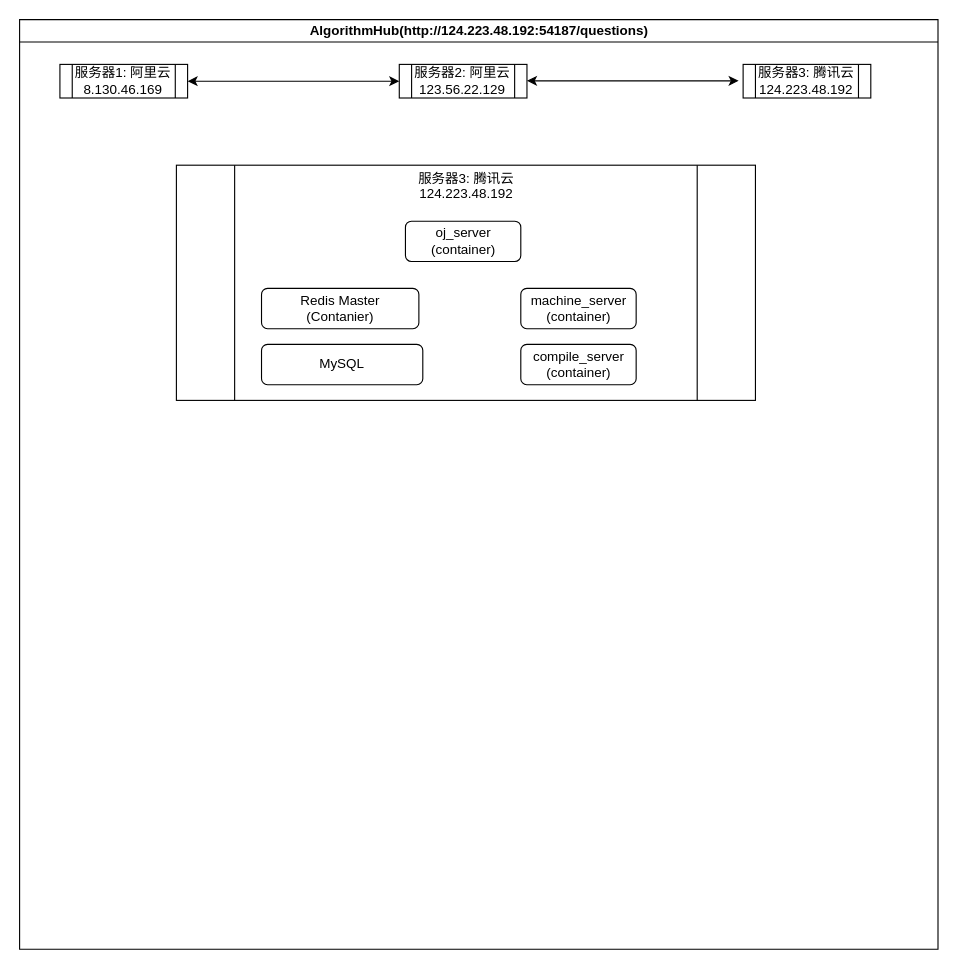
This is 未命名绘图.drawio from chhelloworld/DrawRepository, a draw.io file, before an edit. Source tidied: cells renumbered, new cells numbered last; positions are measured from the earlier drawing's top-left corner, leaving out a move shared by most shapes. Both pictures are drawn from the tidied source at 112%, with x=0, y=0 at pixel (19, 19).
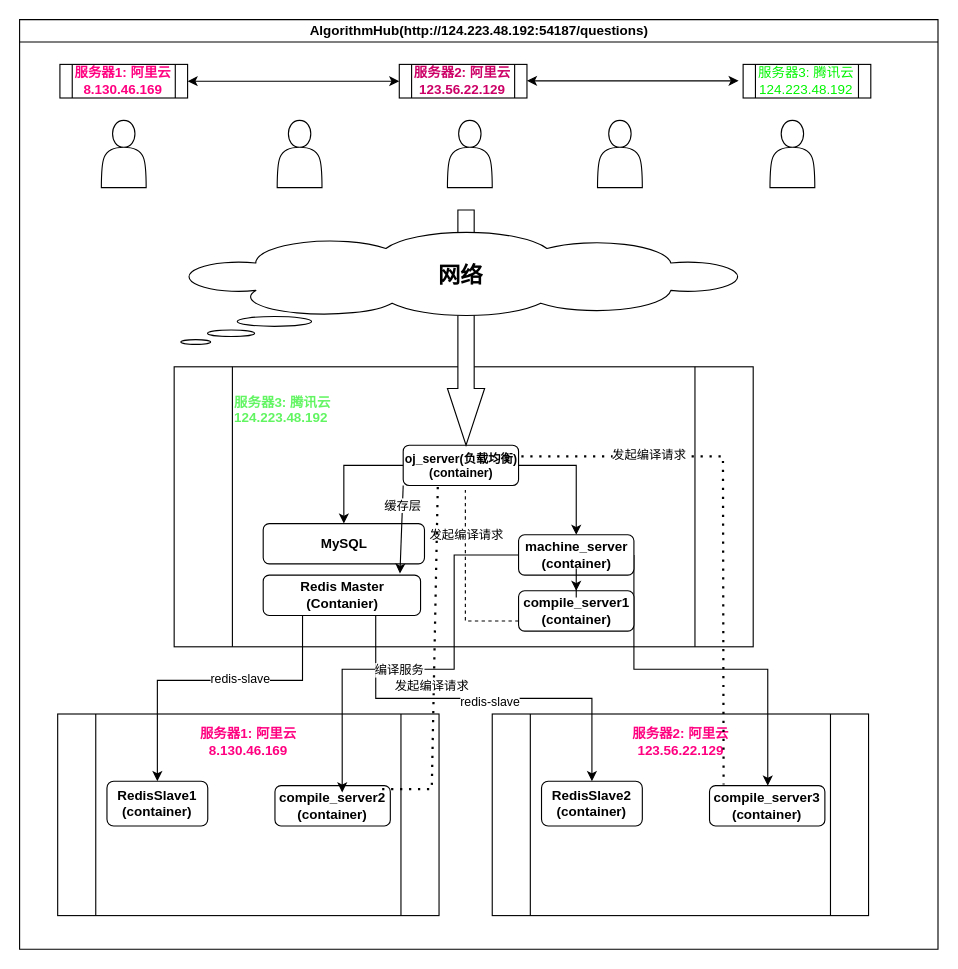
Above is the later version.

Commit message (it also covers changes not shown here):
更新未命名绘图.drawio

The change refers to these unchanged cells:
```xml
<mxCell id="2" value="AlgorithmHub(http://124.223.48.192:54187/questions)" style="swimlane;html=1;startSize=20;horizontal=1;containerType=tree;glass=0;" parent="1" vertex="1">
  <mxGeometry width="820" height="830" as="geometry" />
</mxCell>
```

Change to the diagram source:
```diff
@@
+    <mxCell id="14" value="&lt;div style=&quot;&quot;&gt;&lt;b style=&quot;color: rgb(255, 0, 128); background-color: initial;&quot;&gt;服务器2: 阿里云&lt;/b&gt;&lt;/div&gt;&lt;div&gt;&lt;div style=&quot;&quot;&gt;&lt;b style=&quot;color: rgb(255, 0, 128); background-color: initial;&quot;&gt;123.56.22.129&lt;/b&gt;&lt;/div&gt;&lt;div style=&quot;&quot;&gt;&lt;font color=&quot;#ff0080&quot;&gt;&lt;b&gt;&lt;br&gt;&lt;/b&gt;&lt;/font&gt;&lt;/div&gt;&lt;div style=&quot;&quot;&gt;&lt;font color=&quot;#ff0080&quot;&gt;&lt;b&gt;&lt;br&gt;&lt;/b&gt;&lt;/font&gt;&lt;/div&gt;&lt;div style=&quot;&quot;&gt;&lt;font color=&quot;#ff0080&quot;&gt;&lt;b&gt;&lt;br&gt;&lt;/b&gt;&lt;/font&gt;&lt;/div&gt;&lt;div style=&quot;&quot;&gt;&lt;font color=&quot;#ff0080&quot;&gt;&lt;b&gt;&lt;br&gt;&lt;/b&gt;&lt;/font&gt;&lt;/div&gt;&lt;div style=&quot;&quot;&gt;&lt;font color=&quot;#ff0080&quot;&gt;&lt;b&gt;&lt;br&gt;&lt;/b&gt;&lt;/font&gt;&lt;/div&gt;&lt;div style=&quot;&quot;&gt;&lt;font color=&quot;#ff0080&quot;&gt;&lt;b&gt;&lt;br&gt;&lt;/b&gt;&lt;/font&gt;&lt;/div&gt;&lt;div style=&quot;&quot;&gt;&lt;font color=&quot;#ff0080&quot;&gt;&lt;b&gt;&lt;br&gt;&lt;/b&gt;&lt;/font&gt;&lt;/div&gt;&lt;div style=&quot;&quot;&gt;&lt;font color=&quot;#ff0080&quot;&gt;&lt;b&gt;&lt;br&gt;&lt;/b&gt;&lt;/font&gt;&lt;/div&gt;&lt;div style=&quot;&quot;&gt;&lt;br&gt;&lt;/div&gt;&lt;/div&gt;" style="shape=process;whiteSpace=wrap;html=1;backgroundOutline=1;align=center;" parent="2" vertex="1">
+      <mxGeometry x="422" y="620" width="336" height="180" as="geometry" />
+    </mxCell>
+    <mxCell id="15" value="&lt;font color=&quot;#ff0080&quot;&gt;&lt;b&gt;服务器1: 阿里云&lt;/b&gt;&lt;/font&gt;&lt;div&gt;&lt;font color=&quot;#ff0080&quot;&gt;&lt;b&gt;8.130.46.169&lt;/b&gt;&lt;/font&gt;&lt;/div&gt;&lt;div&gt;&lt;font color=&quot;#ff0080&quot;&gt;&lt;b&gt;&lt;br&gt;&lt;/b&gt;&lt;/font&gt;&lt;/div&gt;&lt;div&gt;&lt;font color=&quot;#ff0080&quot;&gt;&lt;b&gt;&lt;br&gt;&lt;/b&gt;&lt;/font&gt;&lt;/div&gt;&lt;div&gt;&lt;font color=&quot;#ff0080&quot;&gt;&lt;b&gt;&lt;br&gt;&lt;/b&gt;&lt;/font&gt;&lt;/div&gt;&lt;div&gt;&lt;font color=&quot;#ff0080&quot;&gt;&lt;b&gt;&lt;br&gt;&lt;/b&gt;&lt;/font&gt;&lt;/div&gt;&lt;div&gt;&lt;font color=&quot;#ff0080&quot;&gt;&lt;b&gt;&lt;br&gt;&lt;/b&gt;&lt;/font&gt;&lt;/div&gt;&lt;div&gt;&lt;font color=&quot;#ff0080&quot;&gt;&lt;b&gt;&lt;br&gt;&lt;/b&gt;&lt;/font&gt;&lt;/div&gt;&lt;div&gt;&lt;font color=&quot;#ff0080&quot;&gt;&lt;b&gt;&lt;br&gt;&lt;/b&gt;&lt;/font&gt;&lt;/div&gt;&lt;div&gt;&lt;font color=&quot;#ff0080&quot;&gt;&lt;b&gt;&lt;br&gt;&lt;/b&gt;&lt;/font&gt;&lt;/div&gt;&lt;div&gt;&lt;br&gt;&lt;/div&gt;" style="shape=process;whiteSpace=wrap;html=1;backgroundOutline=1;" parent="2" vertex="1">
+      <mxGeometry x="34" y="620" width="340.5" height="180" as="geometry" />
+    </mxCell>
-    <mxCell id="3" value="服务器1: 阿里云&lt;div&gt;8.130.46.169&lt;/div&gt;" style="shape=process;whiteSpace=wrap;html=1;backgroundOutline=1;" parent="2" vertex="1">
+    <mxCell id="3" value="&lt;b style=&quot;&quot;&gt;&lt;font color=&quot;#ff0080&quot;&gt;服务器1: 阿里云&lt;/font&gt;&lt;/b&gt;&lt;div&gt;&lt;b style=&quot;&quot;&gt;&lt;font color=&quot;#ff0080&quot;&gt;8.130.46.169&lt;/font&gt;&lt;/b&gt;&lt;/div&gt;" style="shape=process;whiteSpace=wrap;html=1;backgroundOutline=1;" parent="2" vertex="1">
       <mxGeometry x="36" y="40" width="114" height="30" as="geometry" />
     </mxCell>
-    <mxCell id="4" value="服务器2: 阿里云&lt;div&gt;123.56.22.129&lt;/div&gt;" style="shape=process;whiteSpace=wrap;html=1;backgroundOutline=1;" parent="2" vertex="1">
+    <mxCell id="4" value="&lt;b style=&quot;&quot;&gt;&lt;font color=&quot;#cc0066&quot;&gt;服务器2: 阿里云&lt;/font&gt;&lt;/b&gt;&lt;div&gt;&lt;b style=&quot;&quot;&gt;&lt;font color=&quot;#cc0066&quot;&gt;123.56.22.129&lt;/font&gt;&lt;/b&gt;&lt;/div&gt;" style="shape=process;whiteSpace=wrap;html=1;backgroundOutline=1;" parent="2" vertex="1">
       <mxGeometry x="339" y="40" width="114" height="30" as="geometry" />
     </mxCell>
-    <mxCell id="5" value="服务器3: 腾讯云&lt;div&gt;124.223.48.192&lt;/div&gt;" style="shape=process;whiteSpace=wrap;html=1;backgroundOutline=1;" parent="2" vertex="1">
+    <mxCell id="5" value="&lt;font color=&quot;#00f500&quot;&gt;服务器3: 腾讯云&lt;/font&gt;&lt;div&gt;&lt;font color=&quot;#00f500&quot;&gt;124.223.48.192&lt;/font&gt;&lt;/div&gt;" style="shape=process;whiteSpace=wrap;html=1;backgroundOutline=1;" parent="2" vertex="1">
       <mxGeometry x="646" y="40" width="114" height="30" as="geometry" />
     </mxCell>
@@
-    <mxCell id="8" value="服务器3: 腾讯云&lt;div&gt;124.223.48.192&lt;/div&gt;&lt;div&gt;&lt;br&gt;&lt;/div&gt;&lt;div&gt;&lt;br&gt;&lt;/div&gt;&lt;div&gt;&lt;br&gt;&lt;/div&gt;&lt;div&gt;&lt;br&gt;&lt;/div&gt;&lt;div&gt;&lt;br&gt;&lt;/div&gt;&lt;div&gt;&lt;br&gt;&lt;/div&gt;&lt;div&gt;&lt;br&gt;&lt;/div&gt;&lt;div&gt;&lt;br&gt;&lt;/div&gt;&lt;div&gt;&lt;br&gt;&lt;/div&gt;&lt;div&gt;&lt;br&gt;&lt;/div&gt;&lt;div&gt;&lt;br&gt;&lt;/div&gt;&lt;div&gt;&lt;br&gt;&lt;/div&gt;" style="shape=process;whiteSpace=wrap;html=1;backgroundOutline=1;" parent="2" vertex="1">
-      <mxGeometry x="140" y="130" width="517" height="210" as="geometry" />
+    <mxCell id="8" value="&lt;font color=&quot;#62f562&quot;&gt;&lt;b&gt;服务器3: 腾讯云&lt;/b&gt;&lt;/font&gt;&lt;div&gt;&lt;font color=&quot;#62f562&quot;&gt;&lt;b&gt;124.223.48.192&lt;/b&gt;&lt;/font&gt;&lt;/div&gt;&lt;div&gt;&lt;font color=&quot;#62f562&quot;&gt;&lt;b&gt;&lt;br&gt;&lt;/b&gt;&lt;/font&gt;&lt;/div&gt;&lt;div&gt;&lt;font color=&quot;#62f562&quot;&gt;&lt;b&gt;&lt;br&gt;&lt;/b&gt;&lt;/font&gt;&lt;/div&gt;&lt;div&gt;&lt;font color=&quot;#62f562&quot;&gt;&lt;b&gt;&lt;br&gt;&lt;/b&gt;&lt;/font&gt;&lt;/div&gt;&lt;div&gt;&lt;font color=&quot;#62f562&quot;&gt;&lt;b&gt;&lt;br&gt;&lt;/b&gt;&lt;/font&gt;&lt;/div&gt;&lt;div&gt;&lt;font color=&quot;#62f562&quot;&gt;&lt;b&gt;&lt;br&gt;&lt;/b&gt;&lt;/font&gt;&lt;/div&gt;&lt;div&gt;&lt;font color=&quot;#62f562&quot;&gt;&lt;b&gt;&lt;br&gt;&lt;/b&gt;&lt;/font&gt;&lt;/div&gt;&lt;div&gt;&lt;font color=&quot;#62f562&quot;&gt;&lt;b&gt;&lt;br&gt;&lt;/b&gt;&lt;/font&gt;&lt;/div&gt;&lt;div&gt;&lt;font color=&quot;#62f562&quot;&gt;&lt;b&gt;&lt;br&gt;&lt;/b&gt;&lt;/font&gt;&lt;/div&gt;&lt;div&gt;&lt;font color=&quot;#62f562&quot;&gt;&lt;b&gt;&lt;br&gt;&lt;/b&gt;&lt;/font&gt;&lt;/div&gt;&lt;div&gt;&lt;font color=&quot;#62f562&quot;&gt;&lt;b&gt;&lt;br&gt;&lt;/b&gt;&lt;/font&gt;&lt;/div&gt;&lt;div&gt;&lt;font color=&quot;#62f562&quot;&gt;&lt;b&gt;&lt;br&gt;&lt;/b&gt;&lt;/font&gt;&lt;/div&gt;&lt;div&gt;&lt;br&gt;&lt;/div&gt;" style="shape=process;whiteSpace=wrap;html=1;backgroundOutline=1;align=left;" parent="2" vertex="1">
+      <mxGeometry x="138" y="310" width="517" height="250" as="geometry" />
     </mxCell>
+    <mxCell id="16" style="edgeStyle=orthogonalEdgeStyle;rounded=0;jettySize=auto;html=1;exitX=0;exitY=0.5;exitDx=0;exitDy=0;" parent="2" edge="1" source="9" target="10">
+      <mxGeometry relative="1" as="geometry" />
+    </mxCell>
+    <mxCell id="17" style="edgeStyle=orthogonalEdgeStyle;rounded=0;jettySize=auto;html=1;exitX=1;exitY=0.5;exitDx=0;exitDy=0;" parent="2" edge="1" source="9" target="12">
+      <mxGeometry relative="1" as="geometry" />
+    </mxCell>
-    <mxCell id="9" value="oj_server&lt;div&gt;(container)&lt;/div&gt;" style="rounded=1;whiteSpace=wrap;html=1;" parent="2" vertex="1">
-      <mxGeometry x="344.5" y="180" width="103" height="36" as="geometry" />
+    <mxCell id="9" value="&lt;font style=&quot;font-size: 11px;&quot;&gt;&lt;b&gt;oj_server(&lt;font style=&quot;font-size: 11px;&quot;&gt;负载均衡&lt;/font&gt;)&lt;/b&gt;&lt;/font&gt;&lt;div style=&quot;font-size: 11px;&quot;&gt;&lt;font style=&quot;font-size: 11px;&quot;&gt;&lt;b&gt;(container)&lt;/b&gt;&lt;/font&gt;&lt;/div&gt;" style="rounded=1;whiteSpace=wrap;html=1;" parent="2" vertex="1">
+      <mxGeometry x="342.5" y="380" width="103" height="36" as="geometry" />
     </mxCell>
-    <mxCell id="10" value="MySQL" style="rounded=1;whiteSpace=wrap;html=1;" parent="2" vertex="1">
-      <mxGeometry x="216" y="290" width="144" height="36" as="geometry" />
+    <mxCell id="10" value="&lt;b&gt;MySQL&lt;/b&gt;" style="rounded=1;whiteSpace=wrap;html=1;" parent="2" vertex="1">
+      <mxGeometry x="217.5" y="450" width="144" height="36" as="geometry" />
     </mxCell>
+    <mxCell id="18" style="edgeStyle=orthogonalEdgeStyle;rounded=0;jettySize=auto;html=1;exitX=0.25;exitY=1;exitDx=0;exitDy=0;" parent="2" edge="1" source="11" target="23">
+      <mxGeometry relative="1" as="geometry">
+        <Array as="points">
+          <mxPoint x="253" y="590" />
+          <mxPoint x="123" y="590" />
+        </Array>
+      </mxGeometry>
+    </mxCell>
+    <mxCell id="19" value="redis-slave" style="edgeLabel;html=1;align=center;verticalAlign=middle;" parent="18" vertex="1">
+      <mxGeometry x="-0.18" y="-2" relative="1" as="geometry" />
+    </mxCell>
+    <mxCell id="20" style="edgeStyle=orthogonalEdgeStyle;rounded=0;jettySize=auto;html=1;exitX=0.715;exitY=1;exitDx=0;exitDy=0;entryX=0.5;entryY=0;entryDx=0;entryDy=0;exitPerimeter=0;" parent="2" edge="1" source="11" target="25">
+      <mxGeometry relative="1" as="geometry" />
+    </mxCell>
+    <mxCell id="21" value="redis-slave" style="edgeLabel;html=1;align=center;verticalAlign=middle;" parent="20" vertex="1">
+      <mxGeometry x="0.03" y="-2" relative="1" as="geometry" />
+    </mxCell>
-    <mxCell id="11" value="Redis Master&lt;div&gt;(Contanier)&lt;/div&gt;" style="rounded=1;whiteSpace=wrap;html=1;" parent="2" vertex="1">
-      <mxGeometry x="216" y="240" width="140.5" height="36" as="geometry" />
+    <mxCell id="11" value="&lt;b&gt;Redis Master&lt;/b&gt;&lt;div&gt;&lt;b&gt;(Contanier)&lt;/b&gt;&lt;/div&gt;" style="rounded=1;whiteSpace=wrap;html=1;" parent="2" vertex="1">
+      <mxGeometry x="217.5" y="496" width="140.5" height="36" as="geometry" />
     </mxCell>
+    <mxCell id="22" style="edgeStyle=orthogonalEdgeStyle;rounded=0;jettySize=auto;html=1;exitX=1;exitY=0.5;exitDx=0;exitDy=0;" parent="2" edge="1" source="12" target="26">
+      <mxGeometry relative="1" as="geometry">
+        <Array as="points">
+          <mxPoint x="548" y="580" />
+          <mxPoint x="668" y="580" />
+        </Array>
+      </mxGeometry>
+    </mxCell>
-    <mxCell id="12" value="machine_server&lt;div&gt;(container)&lt;/div&gt;" style="rounded=1;whiteSpace=wrap;html=1;" parent="2" vertex="1">
-      <mxGeometry x="447.5" y="240" width="103" height="36" as="geometry" />
+    <mxCell id="12" value="&lt;b&gt;machine_server&lt;/b&gt;&lt;div&gt;&lt;b&gt;(container)&lt;/b&gt;&lt;/div&gt;" style="rounded=1;whiteSpace=wrap;html=1;" parent="2" vertex="1">
+      <mxGeometry x="445.5" y="460" width="103" height="36" as="geometry" />
     </mxCell>
-    <mxCell id="13" value="compile_server&lt;div&gt;(container)&lt;/div&gt;" style="rounded=1;whiteSpace=wrap;html=1;" parent="2" vertex="1">
-      <mxGeometry x="447.5" y="290" width="103" height="36" as="geometry" />
+    <mxCell id="13" value="&lt;b&gt;compile_server1&lt;/b&gt;&lt;div&gt;&lt;b&gt;(container)&lt;/b&gt;&lt;/div&gt;" style="rounded=1;whiteSpace=wrap;html=1;" parent="2" vertex="1">
+      <mxGeometry x="445.5" y="510" width="103" height="36" as="geometry" />
     </mxCell>
+    <mxCell id="23" value="&lt;b&gt;RedisSlave1&lt;/b&gt;&lt;div&gt;&lt;b&gt;(container)&lt;/b&gt;&lt;/div&gt;" style="rounded=1;whiteSpace=wrap;html=1;" parent="2" vertex="1">
+      <mxGeometry x="78" y="680" width="90" height="40" as="geometry" />
+    </mxCell>
+    <mxCell id="24" value="&lt;b&gt;compile_server2&lt;/b&gt;&lt;div&gt;&lt;b&gt;(container)&lt;/b&gt;&lt;/div&gt;" style="rounded=1;whiteSpace=wrap;html=1;" parent="2" vertex="1">
+      <mxGeometry x="228" y="684" width="103" height="36" as="geometry" />
+    </mxCell>
+    <mxCell id="25" value="&lt;b&gt;RedisSlave2&lt;/b&gt;&lt;div&gt;&lt;b&gt;(container)&lt;/b&gt;&lt;/div&gt;" style="rounded=1;whiteSpace=wrap;html=1;" parent="2" vertex="1">
+      <mxGeometry x="466" y="680" width="90" height="40" as="geometry" />
+    </mxCell>
+    <mxCell id="26" value="&lt;b&gt;compile_server3&lt;/b&gt;&lt;div&gt;&lt;b&gt;(container)&lt;/b&gt;&lt;/div&gt;" style="rounded=1;whiteSpace=wrap;html=1;" parent="2" vertex="1">
+      <mxGeometry x="616" y="684" width="103" height="36" as="geometry" />
+    </mxCell>
+    <mxCell id="27" style="edgeStyle=orthogonalEdgeStyle;rounded=0;jettySize=auto;html=1;exitX=0.5;exitY=1;exitDx=0;exitDy=0;" parent="2" edge="1" source="12" target="13">
+      <mxGeometry relative="1" as="geometry" />
+    </mxCell>
+    <mxCell id="28" style="edgeStyle=orthogonalEdgeStyle;rounded=0;jettySize=auto;html=1;exitX=0;exitY=0.5;exitDx=0;exitDy=0;entryX=0.583;entryY=0.167;entryDx=0;entryDy=0;entryPerimeter=0;" parent="2" edge="1" source="12" target="24">
+      <mxGeometry relative="1" as="geometry">
+        <Array as="points">
+          <mxPoint x="388" y="478" />
+          <mxPoint x="388" y="580" />
+          <mxPoint x="288" y="580" />
+        </Array>
+      </mxGeometry>
+    </mxCell>
+    <mxCell id="29" value="编译服务" style="edgeLabel;html=1;align=center;verticalAlign=middle;" parent="28" vertex="1">
+      <mxGeometry x="0.13" relative="1" as="geometry" />
+    </mxCell>
+    <mxCell id="30" style="endArrow=none;dashed=1;html=1;rounded=0;exitX=0;exitY=0.75;exitDx=0;exitDy=0;" parent="2" edge="1" source="13">
+      <mxGeometry relative="1" as="geometry">
+        <mxPoint x="398" y="420" as="targetPoint" />
+        <Array as="points">
+          <mxPoint x="398" y="537" />
+        </Array>
+      </mxGeometry>
+    </mxCell>
+    <mxCell id="31" value="发起编译请求" style="edgeLabel;html=1;align=center;verticalAlign=middle;" parent="30" vertex="1">
+      <mxGeometry x="0.52" relative="1" as="geometry" />
+    </mxCell>
+    <mxCell id="32" style="endArrow=none;dashed=1;html=1;dashPattern=1 3;strokeWidth=2;rounded=0;entryX=0.3;entryY=0.981;entryDx=0;entryDy=0;entryPerimeter=0;exitX=0.929;exitY=0.065;exitDx=0;exitDy=0;exitPerimeter=0;" parent="2" edge="1">
+      <mxGeometry relative="1" as="geometry">
+        <mxPoint x="323.7" y="687" as="sourcePoint" />
+        <mxPoint x="373.4" y="416" as="targetPoint" />
+        <Array as="points">
+          <mxPoint x="368" y="687" />
+        </Array>
+      </mxGeometry>
+    </mxCell>
+    <mxCell id="33" value="发起编译请求" style="edgeLabel;html=1;align=center;verticalAlign=middle;" parent="32" vertex="1">
+      <mxGeometry x="-0.13" y="2" relative="1" as="geometry" />
+    </mxCell>
+    <mxCell id="34" style="endArrow=none;dashed=1;html=1;dashPattern=1 3;strokeWidth=2;rounded=0;entryX=0.122;entryY=-0.031;entryDx=0;entryDy=0;entryPerimeter=0;" parent="2" edge="1" target="26">
+      <mxGeometry relative="1" as="geometry">
+        <mxPoint x="448" y="390" as="sourcePoint" />
+        <Array as="points">
+          <mxPoint x="628" y="390" />
+        </Array>
+      </mxGeometry>
+    </mxCell>
+    <mxCell id="35" value="发起编译请求" style="edgeLabel;html=1;align=center;verticalAlign=middle;" parent="34" vertex="1">
+      <mxGeometry x="-0.52" y="2" relative="1" as="geometry" />
+    </mxCell>
+    <mxCell id="36" style="endArrow=classic;html=1;rounded=0;exitX=0;exitY=1;exitDx=0;exitDy=0;entryX=0.869;entryY=-0.038;entryDx=0;entryDy=0;entryPerimeter=0;" parent="2" edge="1" source="9" target="11">
+      <mxGeometry relative="1" as="geometry" />
+    </mxCell>
+    <mxCell id="37" value="缓存层" style="edgeLabel;html=1;align=center;verticalAlign=middle;" parent="36" vertex="1">
+      <mxGeometry x="-0.53" relative="1" as="geometry" />
+    </mxCell>
+    <mxCell id="38" style="shape=actor;whiteSpace=wrap;html=1;" parent="2" vertex="1">
+      <mxGeometry x="382" y="90" width="40" height="60" as="geometry" />
+    </mxCell>
+    <mxCell id="39" style="shape=actor;whiteSpace=wrap;html=1;" parent="2" vertex="1">
+      <mxGeometry x="516" y="90" width="40" height="60" as="geometry" />
+    </mxCell>
+    <mxCell id="40" style="shape=actor;whiteSpace=wrap;html=1;" parent="2" vertex="1">
+      <mxGeometry x="230" y="90" width="40" height="60" as="geometry" />
+    </mxCell>
+    <mxCell id="41" style="shape=actor;whiteSpace=wrap;html=1;" parent="2" vertex="1">
+      <mxGeometry x="670" y="90" width="40" height="60" as="geometry" />
+    </mxCell>
+    <mxCell id="42" style="shape=singleArrow;direction=south;whiteSpace=wrap;html=1;arrowWidth=0.43788379782711995;arrowSize=0.24103619831875073;" parent="2" vertex="1">
+      <mxGeometry x="382" y="170" width="33.2" height="210" as="geometry" />
+    </mxCell>
+    <mxCell id="43" style="shape=actor;whiteSpace=wrap;html=1;" parent="2" vertex="1">
+      <mxGeometry x="73" y="90" width="40" height="60" as="geometry" />
+    </mxCell>
+    <mxCell id="44" value="&lt;font style=&quot;font-size: 20px;&quot;&gt;&lt;b&gt;网络&lt;/b&gt;&lt;/font&gt;&lt;div&gt;&lt;font style=&quot;font-size: 20px;&quot;&gt;&lt;b&gt;&lt;br&gt;&lt;/b&gt;&lt;/font&gt;&lt;/div&gt;" style="whiteSpace=wrap;html=1;shape=mxgraph.basic.cloud_callout;" parent="2" vertex="1">
+      <mxGeometry x="144" y="190" width="500" height="100" as="geometry" />
+    </mxCell>
```
